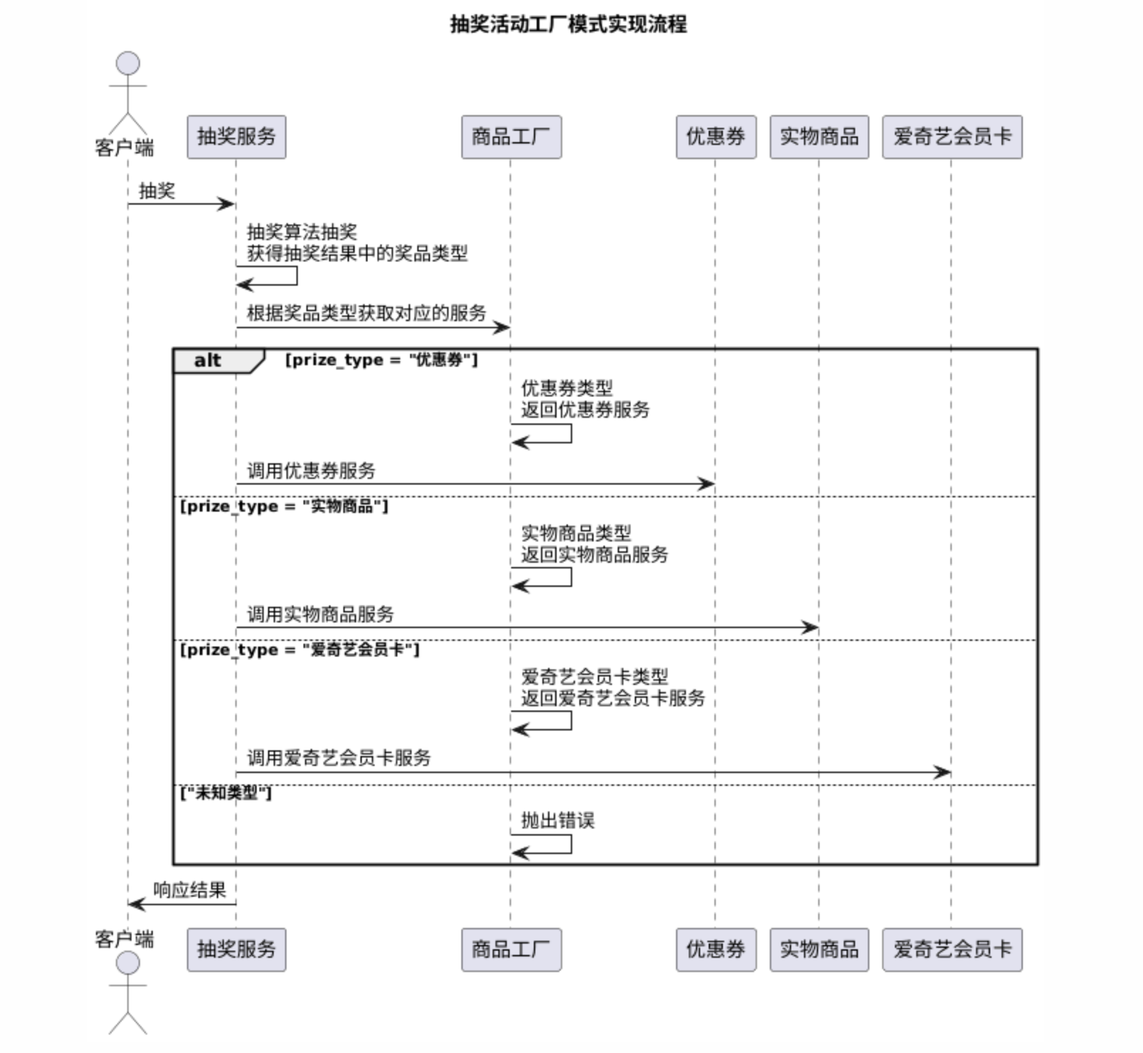
The PlantUML diagram image/工厂模式002.png in L-curiosity/design-pattern, before a commit. Its source is kept beside it as plantUml/工厂模式002.puml. Source of this version:
```plantuml
@startuml
title 抽奖活动工厂模式实现流程

actor 客户端
participant "抽奖服务" as LotteryService
participant "商品工厂" as StoreFactory
participant "优惠券" as CouponService
participant "实物商品" as GoodsService
participant "爱奇艺会员卡" as IQiYiCardService

客户端 -> LotteryService: 抽奖
LotteryService -> LotteryService: 抽奖算法抽奖\n获得抽奖结果中的奖品类型
LotteryService -> StoreFactory: 根据奖品类型获取对应的服务
alt prize_type = "优惠券"
   StoreFactory -> StoreFactory: 优惠券类型\n返回优惠券服务
   LotteryService -> CouponService: 调用优惠券服务
else prize_type = "实物商品"
   StoreFactory -> StoreFactory: 实物商品类型\n返回实物商品服务
   LotteryService -> GoodsService: 调用实物商品服务
else prize_type = "爱奇艺会员卡"
  StoreFactory -> StoreFactory: 爱奇艺会员卡类型\n返回爱奇艺会员卡服务
  LotteryService -> IQiYiCardService: 调用爱奇艺会员卡服务
else "未知类型"
  StoreFactory -> StoreFactory: 抛出错误
end

LotteryService -> 客户端: 响应结果
@enduml
```
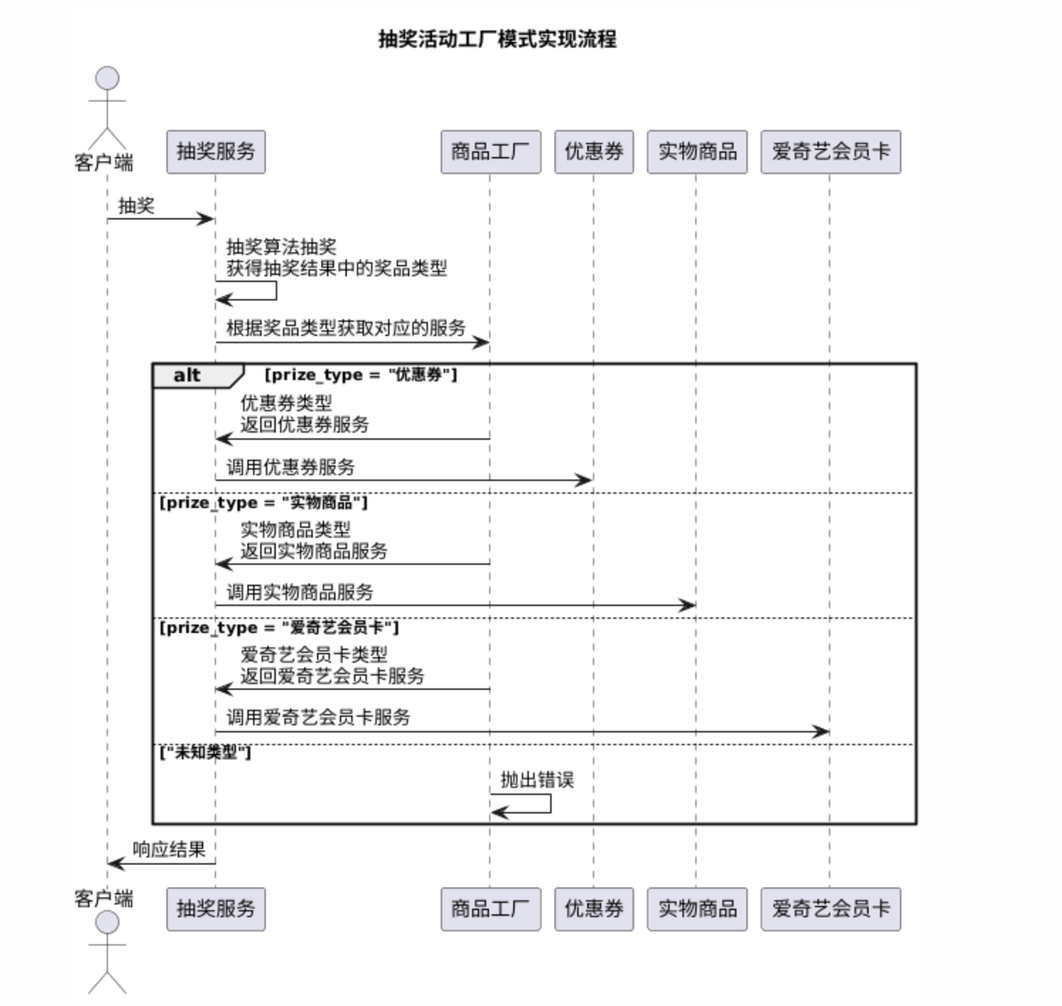
After the commit.

Commit message:
style: 修改流程图

What changed in the source:
```diff
@@ -12,13 +12,13 @@
 LotteryService -> LotteryService: 抽奖算法抽奖\n获得抽奖结果中的奖品类型
 LotteryService -> StoreFactory: 根据奖品类型获取对应的服务
 alt prize_type = "优惠券"
-   StoreFactory -> StoreFactory: 优惠券类型\n返回优惠券服务
+   StoreFactory -> LotteryService: 优惠券类型\n返回优惠券服务
    LotteryService -> CouponService: 调用优惠券服务
 else prize_type = "实物商品"
-   StoreFactory -> StoreFactory: 实物商品类型\n返回实物商品服务
+   StoreFactory -> LotteryService: 实物商品类型\n返回实物商品服务
    LotteryService -> GoodsService: 调用实物商品服务
 else prize_type = "爱奇艺会员卡"
-  StoreFactory -> StoreFactory: 爱奇艺会员卡类型\n返回爱奇艺会员卡服务
+  StoreFactory -> LotteryService: 爱奇艺会员卡类型\n返回爱奇艺会员卡服务
   LotteryService -> IQiYiCardService: 调用爱奇艺会员卡服务
 else "未知类型"
   StoreFactory -> StoreFactory: 抛出错误
```
